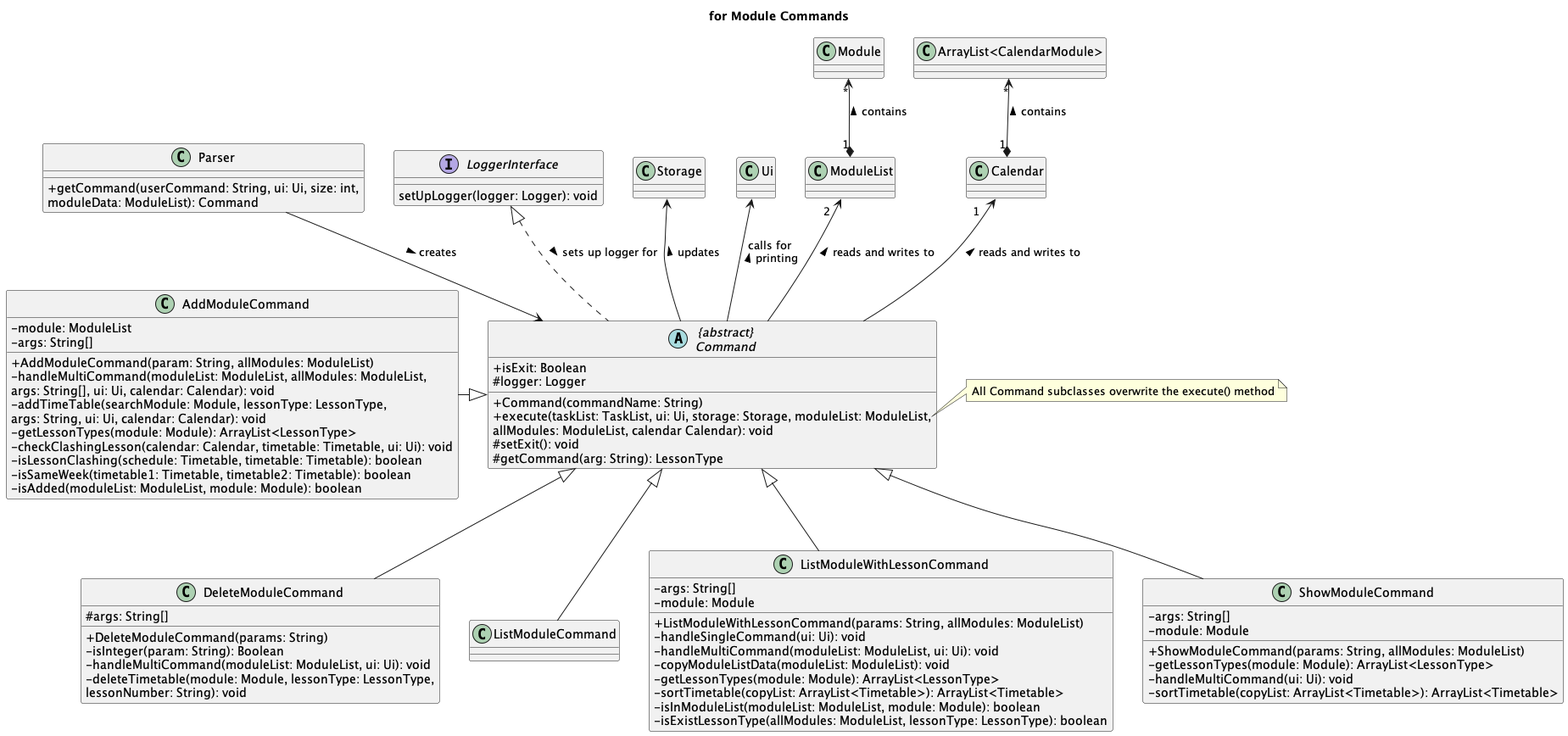
This is docs/uml-diagrams/Command2-for_Module_Commands.png from nus-cs2113-AY2223S2/tp, a PlantUML export, as it was before one commit.
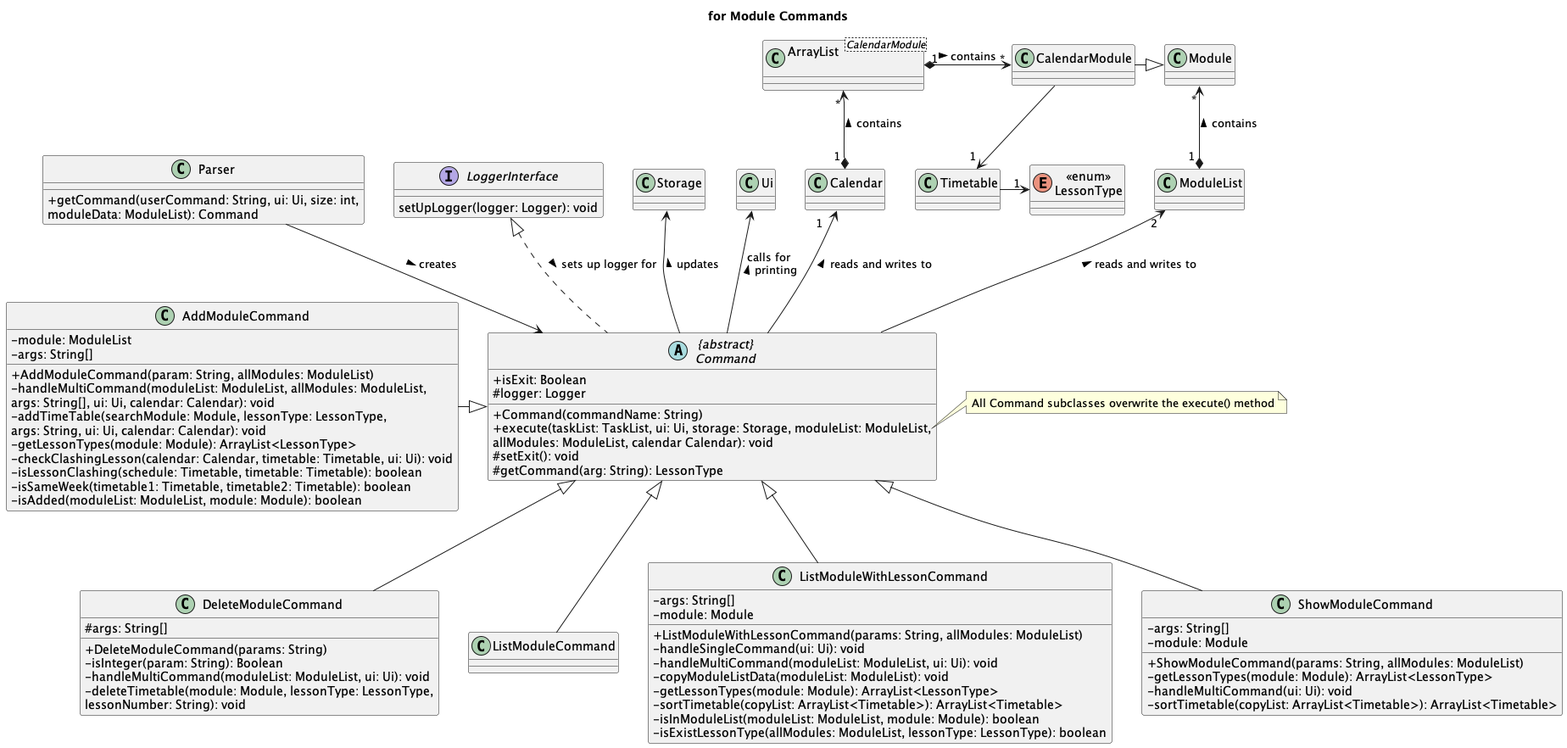
The same diagram one commit later.

Commit message:
Include CalendarModule, Timetable, LessonType

Diff of the diagram source:
```diff
@@ -82,9 +82,18 @@
 Command <|-- ShowModuleCommand
 Storage <-- Command : updates <
 Ui <-- Command : calls for \nprinting <
-ModuleList "2  " <-- Command : reads and writes to <
-Module "*" <--* "1" ModuleList : contains <
+
+class "ArrayList\n<CalendarModule>" as ALModules
 Calendar "1   " <-- Command : reads and writes to <
-"ArrayList<CalendarModule>" "*" <--* "1" Calendar : contains <
+ALModules "         *" <--* "1 " Calendar : contains <
+ALModules "1" *-> "*" CalendarModule : contains >
+
+ModuleList "2" <-- Command : reads and writes to <
+Module "     *" <--* "1 " ModuleList : contains <
+
+enum "<<enum>>\nLessonType" as LessonType
+CalendarModule -|> Module
+CalendarModule --> "1 " Timetable
+Timetable -> "1 " LessonType
 
 @enduml
```
